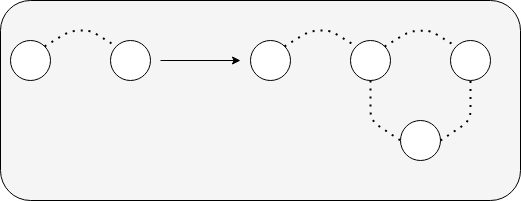
CalvinMT/TrustVaccSim keeps this draw.io diagram as concept/images/2-2.drawio.png. Above is the earlier version. Source tidied: cells renumbered, new cells last; positions are measured from the earlier drawing's top-left corner, leaving out a move shared by most shapes.
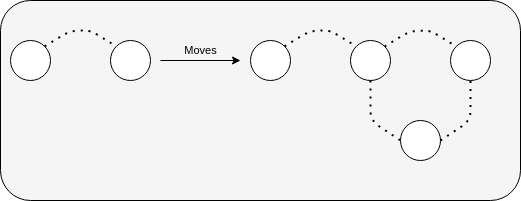
Above is the later version.

What changed in the source:
```diff
@@ -23,8 +23,8 @@
     <mxCell id="8" style="ellipse;whiteSpace=wrap;html=1;" parent="1" vertex="1">
       <mxGeometry x="400" y="120" width="40" height="40" as="geometry" />
     </mxCell>
-    <mxCell id="9" style="endArrow=classic;html=1;" parent="1" edge="1">
-      <mxGeometry relative="1" as="geometry">
+    <mxCell id="9" value="Moves" style="endArrow=classic;html=1;labelBackgroundColor=none;" parent="1" edge="1">
+      <mxGeometry y="10" relative="1" as="geometry">
         <mxPoint x="160" y="60" as="sourcePoint" />
         <mxPoint x="240" y="60" as="targetPoint" />
       </mxGeometry>
```
